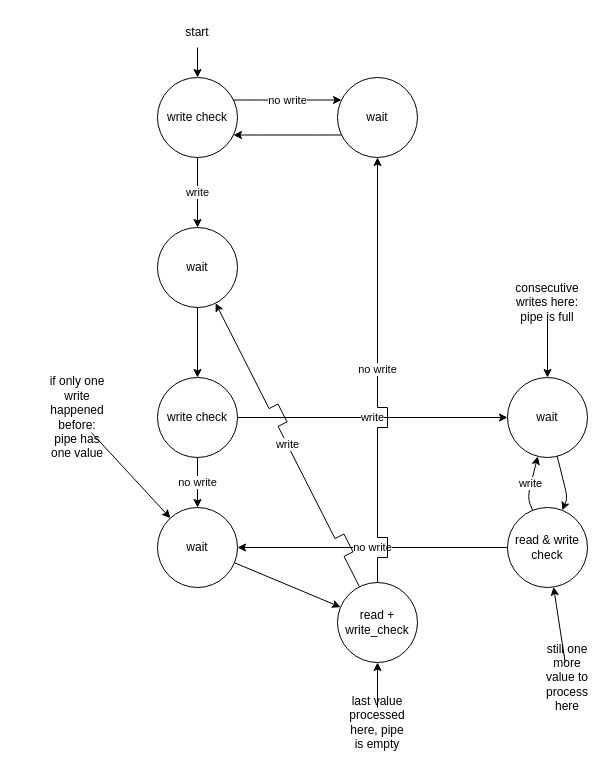
The draw.io diagram page "Page-12" (12 of 12) of crypto-chip/diffusion layer.drawio in Reconfigurable-Computing-CalPoly-Pomona/RECO_LWC_IP, before the edit. Source tidied: cells renumbered, new cells numbered last; positions are measured from the earlier drawing's top-left corner, leaving out a move shared by most shapes. Both pictures are drawn from the tidied source at 100%, with x=0, y=0 at pixel (47, 17).
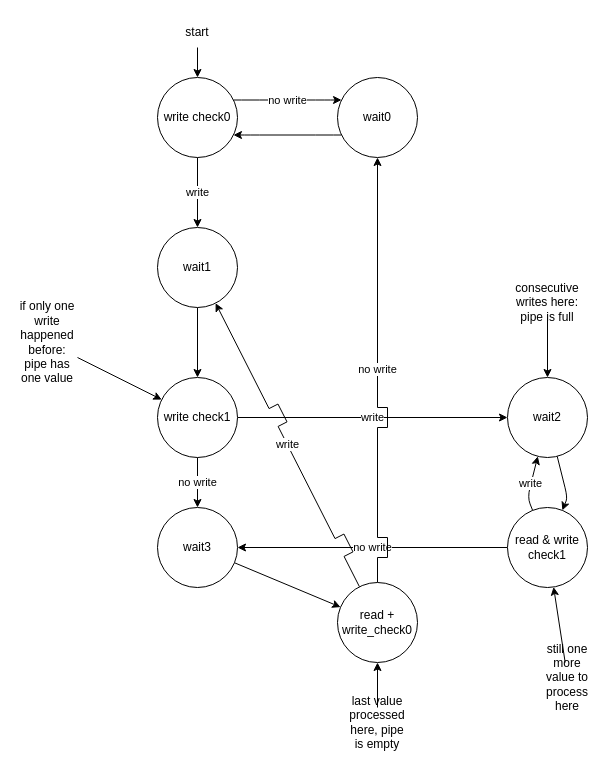
After the change.

What changed in the source:
```diff
@@
-    <mxCell id="4" value="write check" style="ellipse;whiteSpace=wrap;html=1;" parent="1" vertex="1">
+    <mxCell id="4" value="write check0" style="ellipse;whiteSpace=wrap;html=1;" parent="1" vertex="1">
       <mxGeometry x="110" y="60" width="80" height="80" as="geometry" />
     </mxCell>
@@
-    <mxCell id="6" value="wait" style="ellipse;whiteSpace=wrap;html=1;" parent="1" vertex="1">
+    <mxCell id="6" value="wait0" style="ellipse;whiteSpace=wrap;html=1;" parent="1" vertex="1">
       <mxGeometry x="290" y="60" width="80" height="80" as="geometry" />
     </mxCell>
@@
-    <mxCell id="8" value="wait" style="ellipse;whiteSpace=wrap;html=1;" parent="1" vertex="1">
+    <mxCell id="8" value="wait1" style="ellipse;whiteSpace=wrap;html=1;" parent="1" vertex="1">
       <mxGeometry x="110" y="210" width="80" height="80" as="geometry" />
     </mxCell>
@@
-    <mxCell id="11" value="write check" style="ellipse;whiteSpace=wrap;html=1;" parent="1" vertex="1">
+    <mxCell id="11" value="write check1" style="ellipse;whiteSpace=wrap;html=1;" parent="1" vertex="1">
       <mxGeometry x="110" y="360" width="80" height="80" as="geometry" />
     </mxCell>
@@
-    <mxCell id="13" value="wait" style="ellipse;whiteSpace=wrap;html=1;" parent="1" vertex="1">
+    <mxCell id="13" value="wait2" style="ellipse;whiteSpace=wrap;html=1;" parent="1" vertex="1">
       <mxGeometry x="460" y="360" width="80" height="80" as="geometry" />
     </mxCell>
@@
-    <mxCell id="16" value="read &amp;amp; write check" style="ellipse;whiteSpace=wrap;html=1;" parent="1" vertex="1">
+    <mxCell id="16" value="read &amp;amp; write check1" style="ellipse;whiteSpace=wrap;html=1;" parent="1" vertex="1">
       <mxGeometry x="460" y="490" width="80" height="80" as="geometry" />
     </mxCell>
@@
-    <mxCell id="19" value="read + write_check" style="ellipse;whiteSpace=wrap;html=1;" parent="1" vertex="1">
+    <mxCell id="19" value="read + write_check0" style="ellipse;whiteSpace=wrap;html=1;" parent="1" vertex="1">
       <mxGeometry x="290" y="565" width="80" height="80" as="geometry" />
     </mxCell>
@@
-    <mxCell id="21" value="wait" style="ellipse;whiteSpace=wrap;html=1;" parent="1" vertex="1">
+    <mxCell id="21" value="wait3" style="ellipse;whiteSpace=wrap;html=1;" parent="1" vertex="1">
       <mxGeometry x="110" y="490" width="80" height="80" as="geometry" />
     </mxCell>
@@
-    <mxCell id="24" style="edgeStyle=none;html=1;" parent="1" edge="1" source="25" target="21">
+    <mxCell id="24" style="edgeStyle=none;html=1;" parent="1" edge="1" source="25" target="11">
       <mxGeometry relative="1" as="geometry" />
     </mxCell>
     <mxCell id="25" value="if only one write happened before: pipe has one value" style="text;html=1;strokeColor=none;fillColor=none;align=center;verticalAlign=middle;whiteSpace=wrap;rounded=0;" parent="1" vertex="1">
-      <mxGeometry y="385" width="60" height="30" as="geometry" />
+      <mxGeometry x="-30" y="310" width="60" height="30" as="geometry" />
     </mxCell>
```
